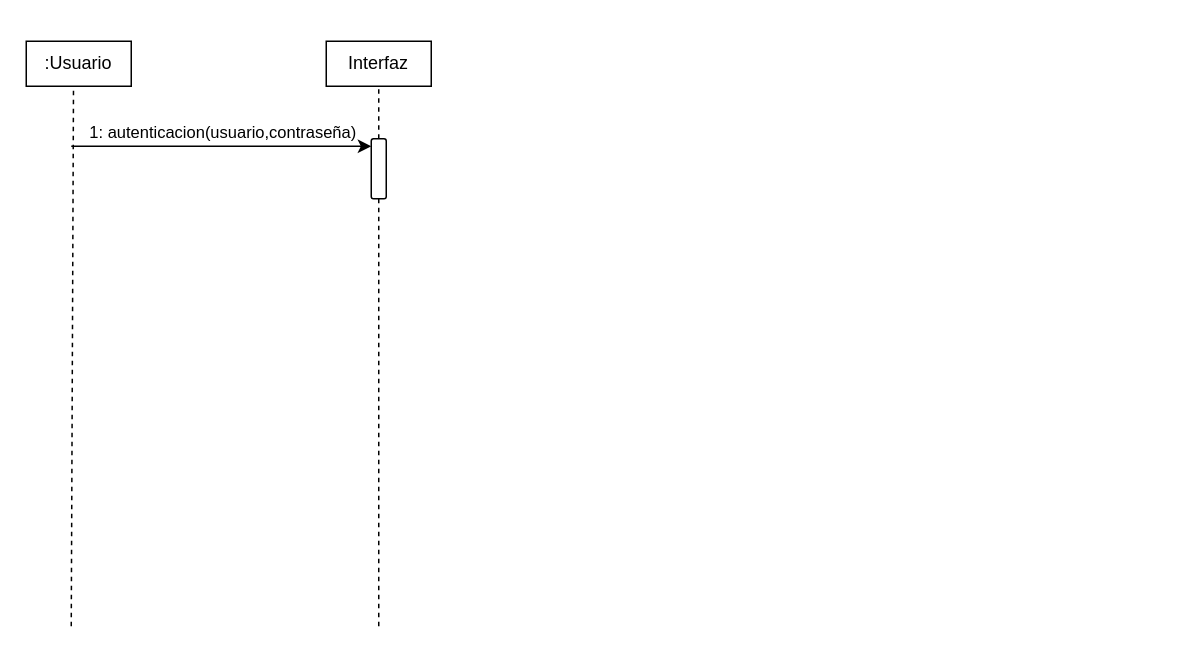
Before: DiagraSecue.drawio in Andres-Nicolas/Diagramas, a draw.io diagram. Source tidied: cells renumbered, new cells numbered last; positions are measured from the earlier drawing's top-left corner, leaving out a move shared by most shapes. Both pictures are drawn from the tidied source at 150%, with x=0, y=0 at pixel (26, 40).
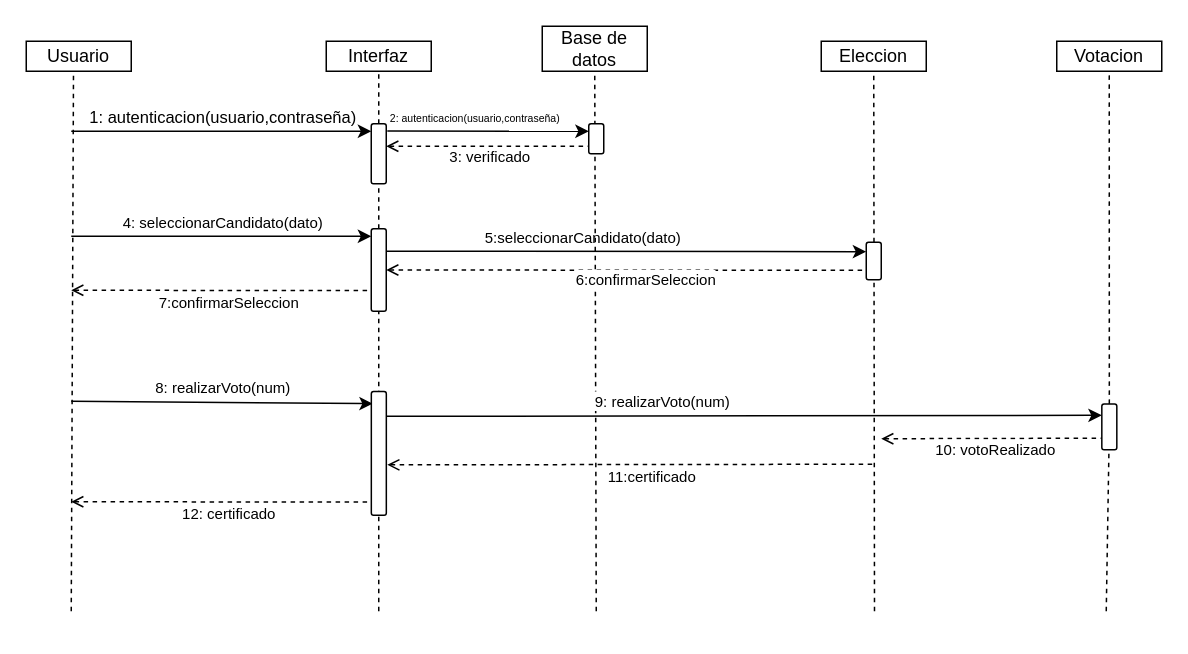
After the change.

Change to the diagram source:
```diff
@@
-    <mxCell id="2" value=":Usuario" style="rounded=0;whiteSpace=wrap;html=1;" parent="1" vertex="1">
-      <mxGeometry width="70" height="30" as="geometry" />
+    <mxCell id="2" value="Usuario" style="rounded=0;whiteSpace=wrap;html=1;" parent="1" vertex="1">
+      <mxGeometry width="70" height="20" as="geometry" />
     </mxCell>
     <mxCell id="3" style="endArrow=none;dashed=1;html=1;rounded=0;entryX=0.45;entryY=1;entryDx=0;entryDy=0;entryPerimeter=0;" parent="1" edge="1" target="2">
       <mxGeometry relative="1" as="geometry">
-        <mxPoint x="30" y="390" as="sourcePoint" />
+        <mxPoint x="30" y="380" as="sourcePoint" />
       </mxGeometry>
     </mxCell>
     <mxCell id="4" value="Interfaz" style="rounded=0;whiteSpace=wrap;html=1;" parent="1" vertex="1">
-      <mxGeometry x="200" width="70" height="30" as="geometry" />
+      <mxGeometry x="200" width="70" height="20" as="geometry" />
     </mxCell>
@@
     <mxCell id="6" style="endArrow=classic;html=1;rounded=0;" parent="1" edge="1">
       <mxGeometry relative="1" as="geometry">
-        <mxPoint x="30" y="70" as="sourcePoint" />
-        <mxPoint x="230" y="70" as="targetPoint" />
+        <mxPoint x="30" y="60" as="sourcePoint" />
+        <mxPoint x="230" y="60" as="targetPoint" />
       </mxGeometry>
     </mxCell>
@@
-    <mxCell id="8" style="endArrow=none;dashed=1;html=1;rounded=0;entryX=0;entryY=0.5;entryDx=0;entryDy=0;startSize=6;" parent="1" edge="1" target="9">
-      <mxGeometry relative="1" as="geometry">
-        <mxPoint x="235" y="390" as="sourcePoint" />
-      </mxGeometry>
+    <mxCell id="8" style="endArrow=none;dashed=1;html=1;rounded=0;entryX=0;entryY=0.5;entryDx=0;entryDy=0;startSize=6;" parent="1" edge="1" source="20" target="9">
+      <mxGeometry relative="1" as="geometry" />
     </mxCell>
     <mxCell id="9" style="rounded=1;whiteSpace=wrap;html=1;rotation=90;" parent="1" vertex="1">
-      <mxGeometry x="215" y="80" width="40" height="10" as="geometry" />
+      <mxGeometry x="215" y="70" width="40" height="10" as="geometry" />
     </mxCell>
+    <mxCell id="10" value="Base de datos" style="rounded=0;whiteSpace=wrap;html=1;" parent="1" vertex="1">
+      <mxGeometry x="344" y="-10" width="70" height="30" as="geometry" />
+    </mxCell>
+    <mxCell id="11" style="endArrow=classic;html=1;rounded=0;exitX=0.121;exitY=-0.071;exitDx=0;exitDy=0;exitPerimeter=0;entryX=0.25;entryY=1;entryDx=0;entryDy=0;" parent="1" edge="1" source="9" target="24">
+      <mxGeometry relative="1" as="geometry" />
+    </mxCell>
+    <mxCell id="12" value="&lt;font style=&quot;font-size: 7px;&quot;&gt;2: autenticacion(usuario,contraseña)&lt;/font&gt;" style="edgeLabel;html=1;align=center;verticalAlign=middle;" parent="11" vertex="1">
+      <mxGeometry x="-0.4" y="1" relative="1" as="geometry">
+        <mxPoint x="18" y="-9" as="offset" />
+      </mxGeometry>
+    </mxCell>
+    <mxCell id="13" style="endArrow=none;dashed=1;html=1;rounded=0;entryX=0.75;entryY=1;entryDx=0;entryDy=0;exitX=0.375;exitY=0;exitDx=0;exitDy=0;startArrow=open;startFill=0;exitPerimeter=0;" parent="1" edge="1" source="9" target="24">
+      <mxGeometry relative="1" as="geometry" />
+    </mxCell>
+    <mxCell id="14" value="&lt;font style=&quot;font-size: 10px;&quot;&gt;3: verificado&lt;/font&gt;" style="edgeLabel;html=1;align=center;verticalAlign=middle;" parent="13" vertex="1">
+      <mxGeometry x="0.14" y="-2" relative="1" as="geometry">
+        <mxPoint x="-9" y="4" as="offset" />
+      </mxGeometry>
+    </mxCell>
+    <mxCell id="15" value="Eleccion" style="rounded=0;whiteSpace=wrap;html=1;" parent="1" vertex="1">
+      <mxGeometry x="530" width="70" height="20" as="geometry" />
+    </mxCell>
+    <mxCell id="16" style="endArrow=none;dashed=1;html=1;rounded=0;entryX=0.5;entryY=1;entryDx=0;entryDy=0;startSize=6;" parent="1" edge="1" target="15">
+      <mxGeometry relative="1" as="geometry">
+        <mxPoint x="565.5" y="380" as="sourcePoint" />
+      </mxGeometry>
+    </mxCell>
+    <mxCell id="17" style="endArrow=classic;html=1;rounded=0;" parent="1" edge="1">
+      <mxGeometry relative="1" as="geometry">
+        <mxPoint x="30" y="130" as="sourcePoint" />
+        <mxPoint x="230" y="130" as="targetPoint" />
+      </mxGeometry>
+    </mxCell>
+    <mxCell id="18" value="&lt;font style=&quot;font-size: 10px;&quot;&gt;4: seleccionarCandidato(dato)&lt;/font&gt;" style="edgeLabel;html=1;align=center;verticalAlign=middle;" parent="17" vertex="1">
+      <mxGeometry x="-0.4" y="1" relative="1" as="geometry">
+        <mxPoint x="40" y="-9" as="offset" />
+      </mxGeometry>
+    </mxCell>
+    <mxCell id="19" style="endArrow=none;dashed=1;html=1;rounded=0;entryX=0;entryY=0.5;entryDx=0;entryDy=0;startSize=6;" parent="1" edge="1" target="20">
+      <mxGeometry relative="1" as="geometry">
+        <mxPoint x="235" y="380" as="sourcePoint" />
+      </mxGeometry>
+    </mxCell>
+    <mxCell id="20" style="rounded=1;whiteSpace=wrap;html=1;rotation=90;" parent="1" vertex="1">
+      <mxGeometry x="207.5" y="147.5" width="55" height="10" as="geometry" />
+    </mxCell>
+    <mxCell id="21" style="endArrow=classic;html=1;rounded=0;exitX=0.121;exitY=-0.071;exitDx=0;exitDy=0;exitPerimeter=0;entryX=0.25;entryY=1;entryDx=0;entryDy=0;" parent="1" edge="1" target="25">
+      <mxGeometry relative="1" as="geometry">
+        <mxPoint x="240" y="140" as="sourcePoint" />
+      </mxGeometry>
+    </mxCell>
+    <mxCell id="22" value="&lt;font style=&quot;font-size: 10px;&quot;&gt;5:seleccionarCandidato(dato)&lt;/font&gt;" style="edgeLabel;html=1;align=center;verticalAlign=middle;" parent="21" vertex="1">
+      <mxGeometry x="-0.4" y="1" relative="1" as="geometry">
+        <mxPoint x="34" y="-9" as="offset" />
+      </mxGeometry>
+    </mxCell>
+    <mxCell id="23" style="endArrow=none;dashed=1;html=1;rounded=0;startSize=6;entryX=0.5;entryY=1;entryDx=0;entryDy=0;" parent="1" edge="1" target="10">
+      <mxGeometry relative="1" as="geometry">
+        <mxPoint x="380" y="380" as="sourcePoint" />
+      </mxGeometry>
+    </mxCell>
+    <mxCell id="24" style="rounded=1;whiteSpace=wrap;html=1;rotation=90;" parent="1" vertex="1">
+      <mxGeometry x="370" y="60" width="20" height="10" as="geometry" />
+    </mxCell>
+    <mxCell id="25" style="rounded=1;whiteSpace=wrap;html=1;rotation=90;" parent="1" vertex="1">
+      <mxGeometry x="552.5" y="141.5" width="25" height="10" as="geometry" />
+    </mxCell>
+    <mxCell id="26" style="endArrow=none;dashed=1;html=1;rounded=0;entryX=0.75;entryY=1;entryDx=0;entryDy=0;exitX=0.5;exitY=0;exitDx=0;exitDy=0;startArrow=open;startFill=0;" parent="1" edge="1" source="20" target="25">
+      <mxGeometry relative="1" as="geometry" />
+    </mxCell>
+    <mxCell id="27" value="&lt;font style=&quot;font-size: 10px;&quot;&gt;6:confirmarSeleccion&lt;/font&gt;" style="edgeLabel;html=1;align=center;verticalAlign=middle;" parent="26" vertex="1">
+      <mxGeometry x="0.14" y="-2" relative="1" as="geometry">
+        <mxPoint x="-9" y="4" as="offset" />
+      </mxGeometry>
+    </mxCell>
+    <mxCell id="28" style="endArrow=none;dashed=1;html=1;rounded=0;entryX=0.75;entryY=1;entryDx=0;entryDy=0;startArrow=open;startFill=0;" parent="1" edge="1" target="20">
+      <mxGeometry relative="1" as="geometry">
+        <mxPoint x="30" y="166" as="sourcePoint" />
+      </mxGeometry>
+    </mxCell>
+    <mxCell id="29" value="&lt;font style=&quot;font-size: 10px;&quot;&gt;7:confirmarSeleccion&lt;/font&gt;" style="edgeLabel;html=1;align=center;verticalAlign=middle;" parent="28" vertex="1">
+      <mxGeometry x="0.14" y="-3" relative="1" as="geometry">
+        <mxPoint x="-9" y="4" as="offset" />
+      </mxGeometry>
+    </mxCell>
+    <mxCell id="30" style="endArrow=classic;html=1;rounded=0;entryX=0.098;entryY=0.9;entryDx=0;entryDy=0;entryPerimeter=0;" parent="1" edge="1" target="32">
+      <mxGeometry relative="1" as="geometry">
+        <mxPoint x="30" y="240" as="sourcePoint" />
+      </mxGeometry>
+    </mxCell>
+    <mxCell id="31" value="&lt;font style=&quot;font-size: 10px;&quot;&gt;8: realizarVoto(num)&lt;/font&gt;" style="edgeLabel;html=1;align=center;verticalAlign=middle;" parent="30" vertex="1">
+      <mxGeometry x="-0.4" y="1" relative="1" as="geometry">
+        <mxPoint x="40" y="-9" as="offset" />
+      </mxGeometry>
+    </mxCell>
+    <mxCell id="32" style="rounded=1;whiteSpace=wrap;html=1;rotation=90;" parent="1" vertex="1">
+      <mxGeometry x="193.8" y="269.8" width="82.5" height="10" as="geometry" />
+    </mxCell>
+    <mxCell id="33" value="Votacion" style="rounded=0;whiteSpace=wrap;html=1;" parent="1" vertex="1">
+      <mxGeometry x="687" width="70" height="20" as="geometry" />
+    </mxCell>
+    <mxCell id="34" style="endArrow=none;dashed=1;html=1;rounded=0;startSize=6;" parent="1" edge="1" source="38" target="33">
+      <mxGeometry relative="1" as="geometry" />
+    </mxCell>
+    <mxCell id="35" style="endArrow=classic;html=1;rounded=0;exitX=0.2;exitY=0;exitDx=0;exitDy=0;entryX=0.25;entryY=1;entryDx=0;entryDy=0;exitPerimeter=0;" parent="1" edge="1" source="32" target="38">
+      <mxGeometry relative="1" as="geometry" />
+    </mxCell>
+    <mxCell id="36" value="&lt;font style=&quot;font-size: 10px;&quot;&gt;9: realizarVoto(num)&lt;/font&gt;" style="edgeLabel;html=1;align=center;verticalAlign=middle;" parent="35" vertex="1">
+      <mxGeometry x="-0.4" y="1" relative="1" as="geometry">
+        <mxPoint x="40" y="-9" as="offset" />
+      </mxGeometry>
+    </mxCell>
+    <mxCell id="37" style="endArrow=none;dashed=1;html=1;rounded=0;startSize=6;" parent="1" edge="1" target="38">
+      <mxGeometry relative="1" as="geometry">
+        <mxPoint x="720" y="380" as="sourcePoint" />
+      </mxGeometry>
+    </mxCell>
+    <mxCell id="38" style="rounded=1;whiteSpace=wrap;html=1;rotation=90;" parent="1" vertex="1">
+      <mxGeometry x="706.8" y="252" width="30.5" height="10" as="geometry" />
+    </mxCell>
+    <mxCell id="39" style="endArrow=none;dashed=1;html=1;rounded=0;entryX=0.75;entryY=1;entryDx=0;entryDy=0;startArrow=open;startFill=0;" parent="1" edge="1" target="38">
+      <mxGeometry relative="1" as="geometry">
+        <mxPoint x="570" y="265" as="sourcePoint" />
+      </mxGeometry>
+    </mxCell>
+    <mxCell id="40" value="&lt;font style=&quot;font-size: 10px;&quot;&gt;10: votoRealizado&lt;/font&gt;" style="edgeLabel;html=1;align=center;verticalAlign=middle;" parent="39" vertex="1">
+      <mxGeometry x="0.14" y="-2" relative="1" as="geometry">
+        <mxPoint x="-9" y="5" as="offset" />
+      </mxGeometry>
+    </mxCell>
+    <mxCell id="41" style="endArrow=none;dashed=1;html=1;rounded=0;startArrow=open;startFill=0;exitX=0.592;exitY=-0.066;exitDx=0;exitDy=0;exitPerimeter=0;" parent="1" edge="1" source="32">
+      <mxGeometry relative="1" as="geometry">
+        <mxPoint x="565" y="282" as="targetPoint" />
+      </mxGeometry>
+    </mxCell>
+    <mxCell id="42" value="&lt;span style=&quot;font-size: 10px;&quot;&gt;11:certificado&lt;/span&gt;" style="edgeLabel;html=1;align=center;verticalAlign=middle;" parent="41" vertex="1">
+      <mxGeometry x="0.14" y="-2" relative="1" as="geometry">
+        <mxPoint x="-9" y="5" as="offset" />
+      </mxGeometry>
+    </mxCell>
+    <mxCell id="43" style="endArrow=none;dashed=1;html=1;rounded=0;entryX=0.893;entryY=0.969;entryDx=0;entryDy=0;startArrow=open;startFill=0;entryPerimeter=0;" parent="1" edge="1" target="32">
+      <mxGeometry relative="1" as="geometry">
+        <mxPoint x="30" y="307" as="sourcePoint" />
+      </mxGeometry>
+    </mxCell>
+    <mxCell id="44" value="&lt;font style=&quot;font-size: 10px;&quot;&gt;12: certificado&lt;/font&gt;" style="edgeLabel;html=1;align=center;verticalAlign=middle;" parent="43" vertex="1">
+      <mxGeometry x="0.14" y="-2" relative="1" as="geometry">
+        <mxPoint x="-9" y="5" as="offset" />
+      </mxGeometry>
+    </mxCell>
```
